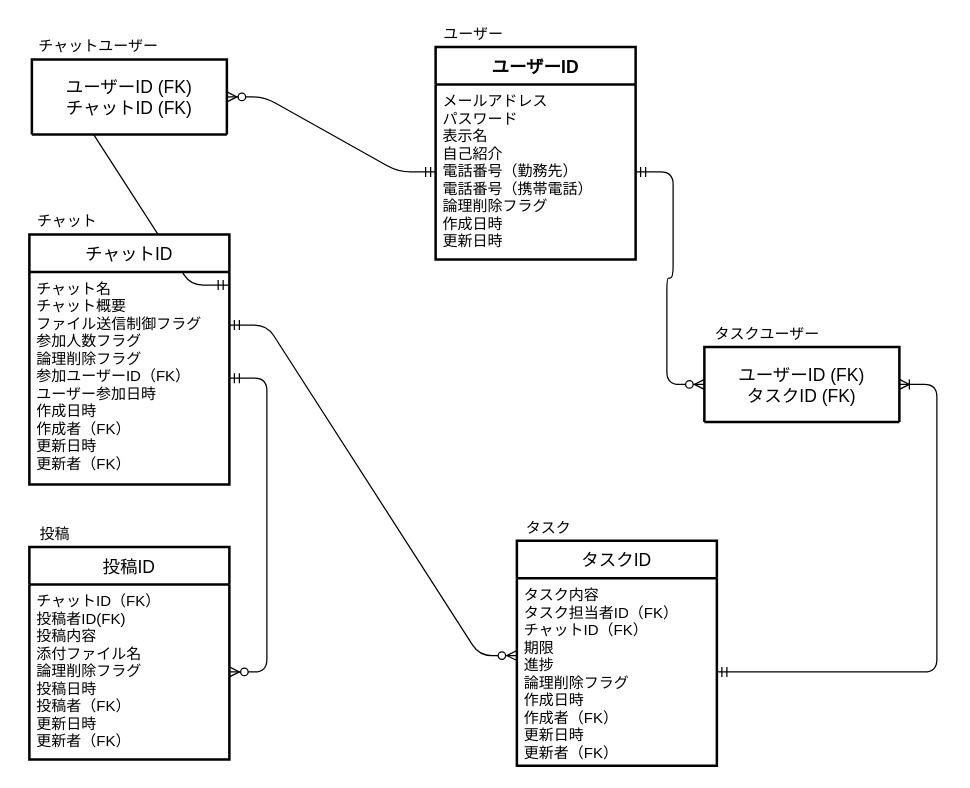
The draw.io diagram db/db-challenge1/db-challenge1.drawio in labotinc/quelcode-db, before the edit. Source tidied: cells renumbered, new cells numbered last; positions are measured from the earlier drawing's top-left corner, leaving out a move shared by most shapes. Both pictures are drawn from the tidied source at 125%, with x=0, y=0 at pixel (29, 21).
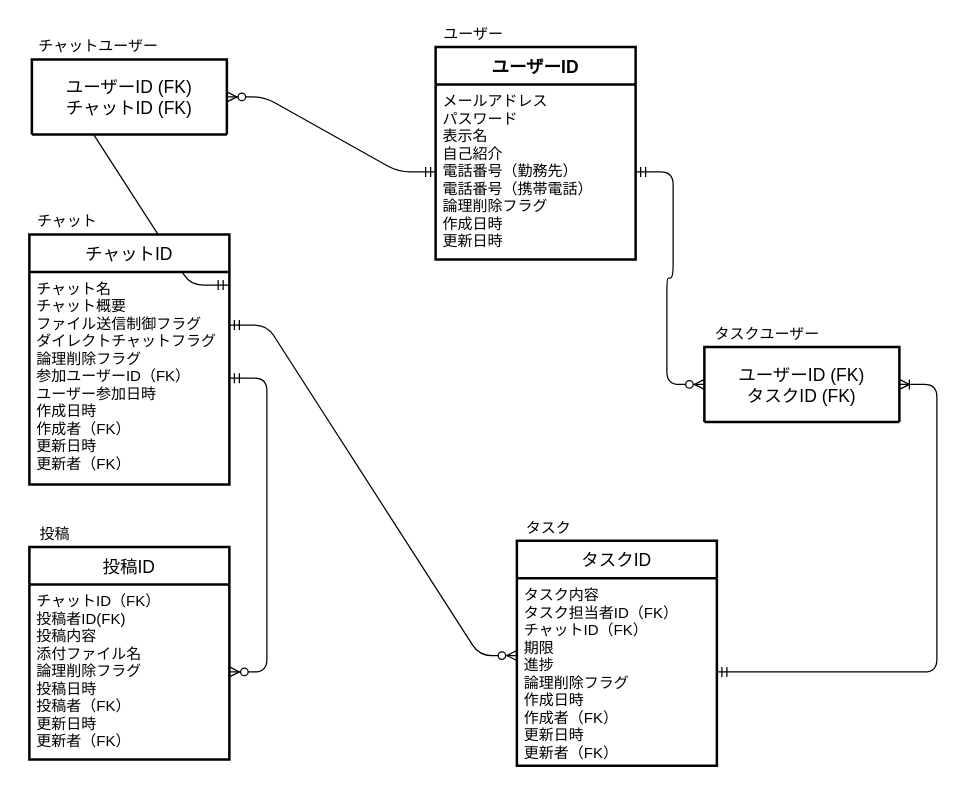
The same page after the edit.

Commit message:
ダイレクトチャットルームであるかを判断するためのフラグ

The change refers to these unchanged cells:
```xml
<mxCell id="4" value="チャットID" style="swimlane;horizontal=1;startSize=30;rounded=1;fontSize=14;fontStyle=0;strokeWidth=2;shadow=0;dashed=0;align=center;arcSize=0;" parent="1" vertex="1">
  <mxGeometry y="170" width="160" height="200" as="geometry" />
</mxCell>
```

Change to the diagram source:
```diff
@@
-    <mxCell id="5" value="チャット名&#10;チャット概要&#10;ファイル送信制御フラグ&#10;参加人数フラグ&#10;論理削除フラグ&#10;参加ユーザーID（FK）&#10;ユーザー参加日時&#10;作成日時&#10;作成者（FK）&#10;更新日時&#10;更新者（FK）" style="align=left;strokeColor=none;fillColor=none;spacingLeft=4;fontSize=12;verticalAlign=top;" parent="4" vertex="1">
+    <mxCell id="5" value="チャット名&#10;チャット概要&#10;ファイル送信制御フラグ&#10;ダイレクトチャットフラグ&#10;論理削除フラグ&#10;参加ユーザーID（FK）&#10;ユーザー参加日時&#10;作成日時&#10;作成者（FK）&#10;更新日時&#10;更新者（FK）" style="align=left;strokeColor=none;fillColor=none;spacingLeft=4;fontSize=12;verticalAlign=top;" parent="4" vertex="1">
       <mxGeometry y="30" width="160" height="170" as="geometry" />
     </mxCell>
```
